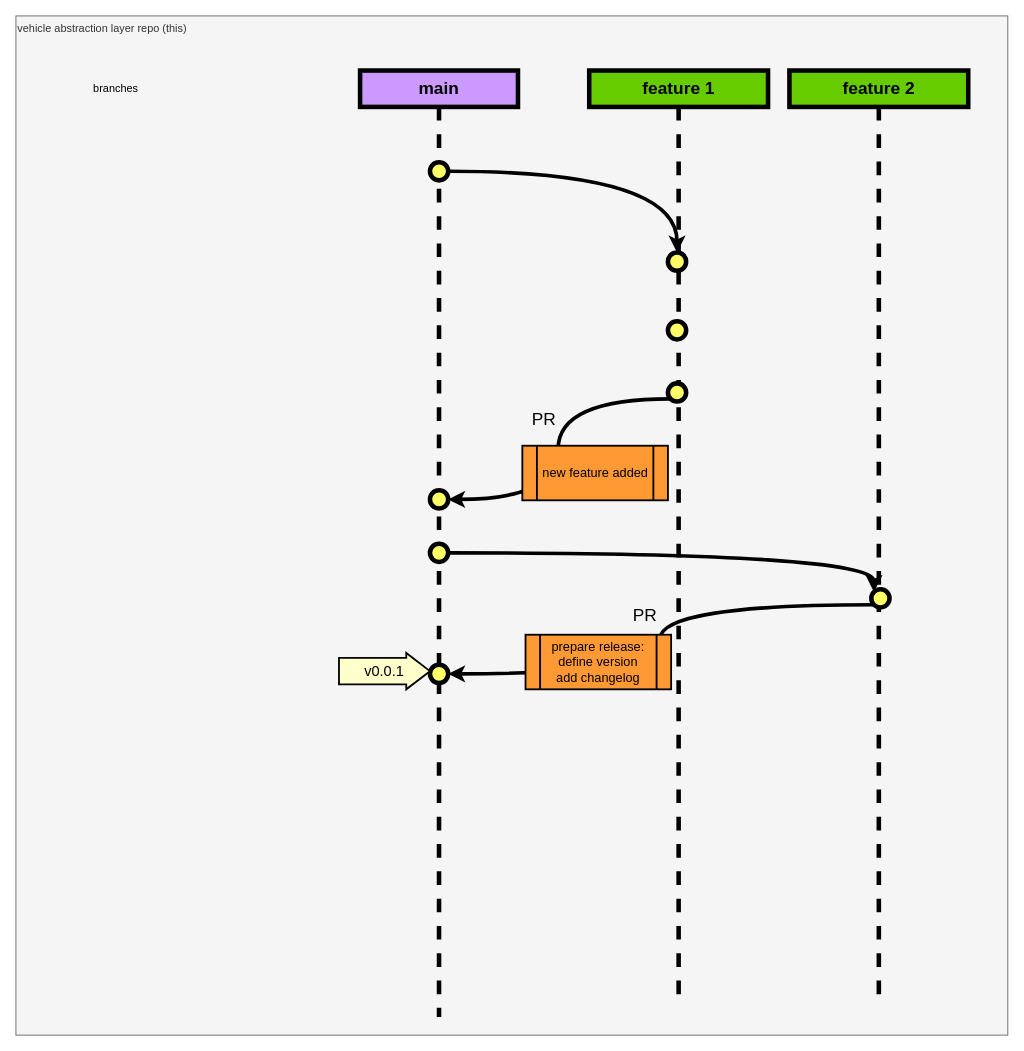
eclipse-kuksa/kuksa.val.services keeps this draw.io diagram as page "working model" (1 of 2) of .github/workflows/doc/ci.drawio. Above is the earlier version. Source tidied: cells renumbered, new cells numbered last; positions are measured from the earlier drawing's top-left corner, leaving out a move shared by most shapes. Both pictures are drawn from the tidied source at 91%, with x=0, y=0 at pixel (15, 15).
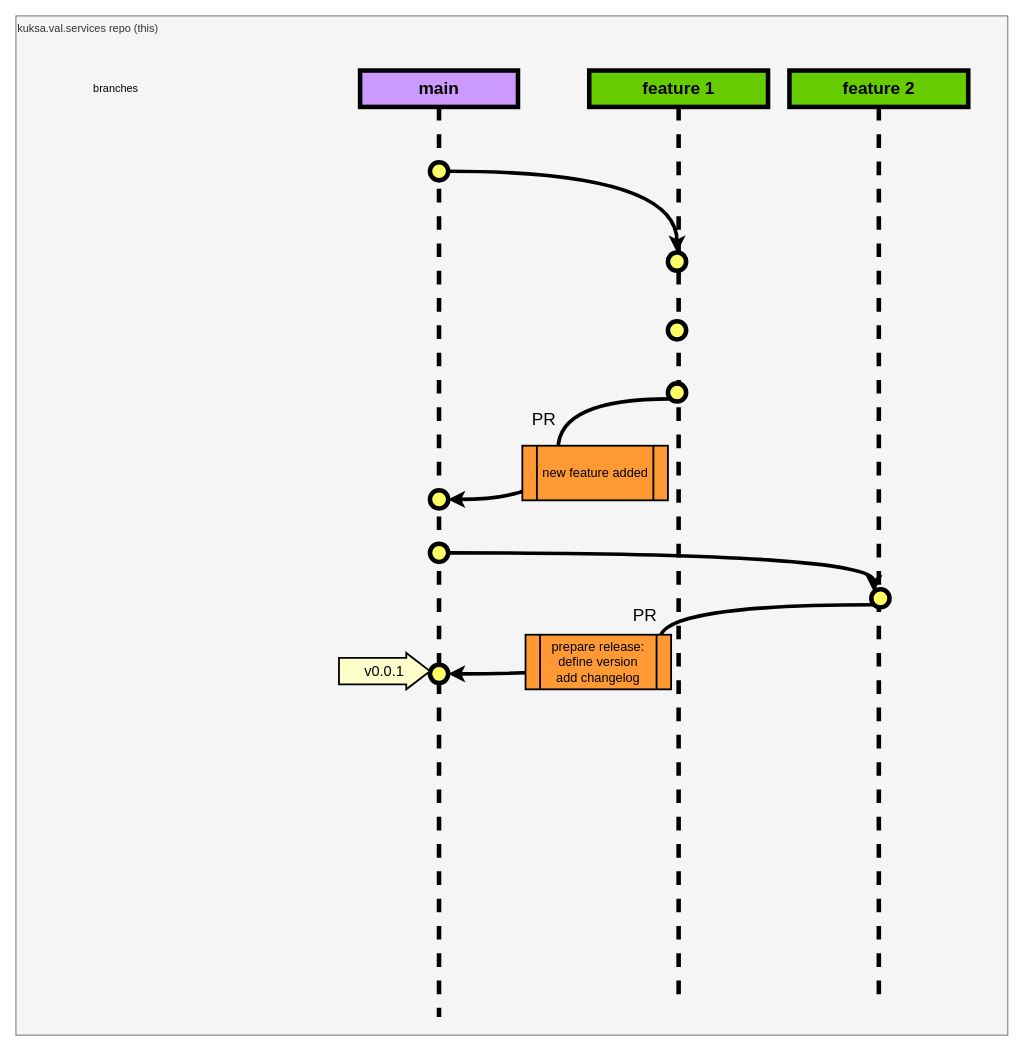
The same diagram, later.

The edit, as a diff of the source:
```diff
@@
-    <mxCell id="2" value="vehicle abstraction layer repo (this)" style="whiteSpace=wrap;html=1;align=left;verticalAlign=top;fillColor=#f5f5f5;strokeColor=#666666;fontColor=#333333;" parent="1" vertex="1">
+    <mxCell id="2" value="kuksa.val.services repo (this)" style="whiteSpace=wrap;html=1;align=left;verticalAlign=top;fillColor=#f5f5f5;strokeColor=#666666;fontColor=#333333;" parent="1" vertex="1">
       <mxGeometry width="1090" height="1120" as="geometry" />
     </mxCell>
```
